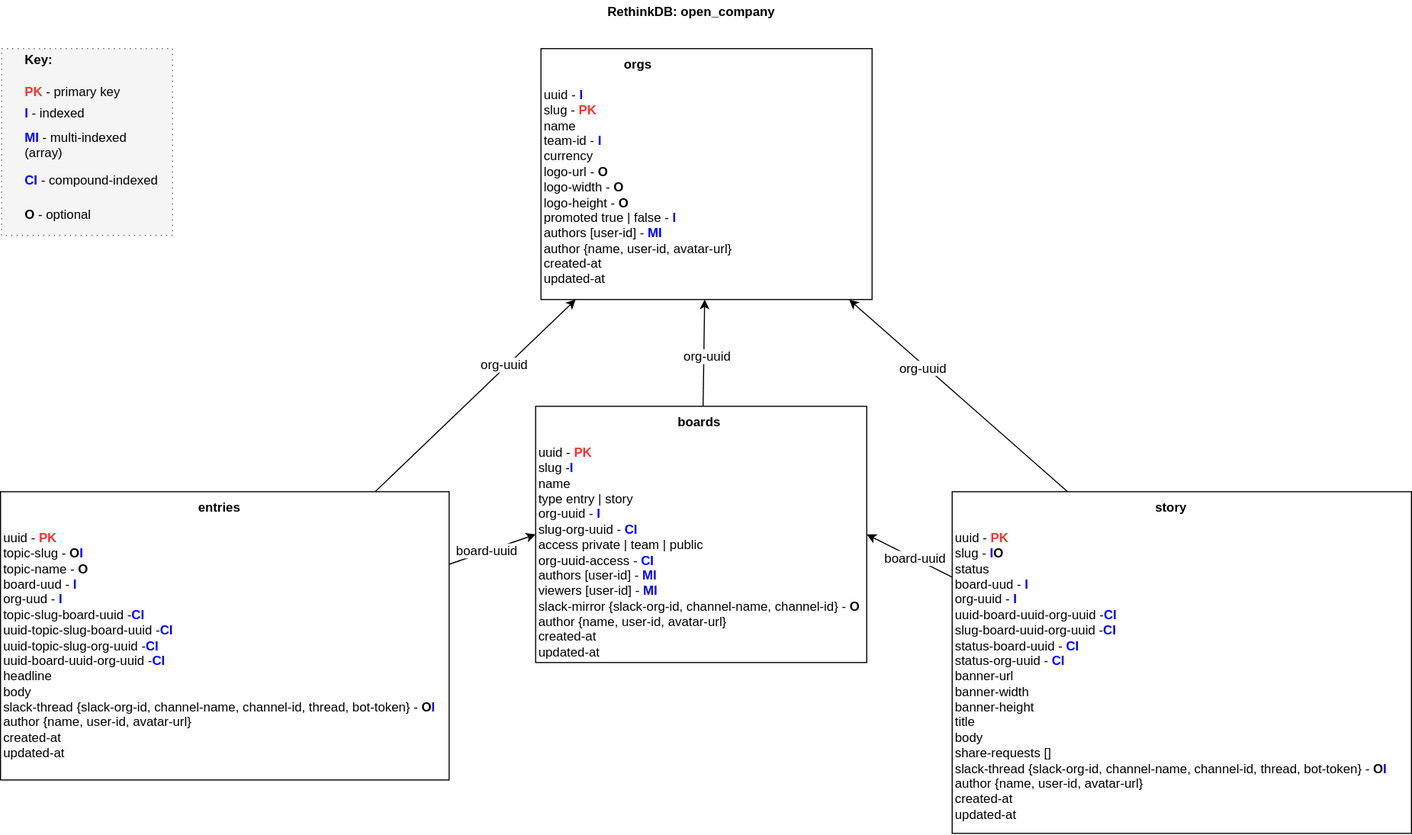
This is docs/Storage-Schema.svg from open-company/open-company-storage, a draw.io export, as it was before one commit. Source tidied: cells renumbered, new cells last; positions are measured from the earlier drawing's top-left corner, leaving out a move shared by most shapes.
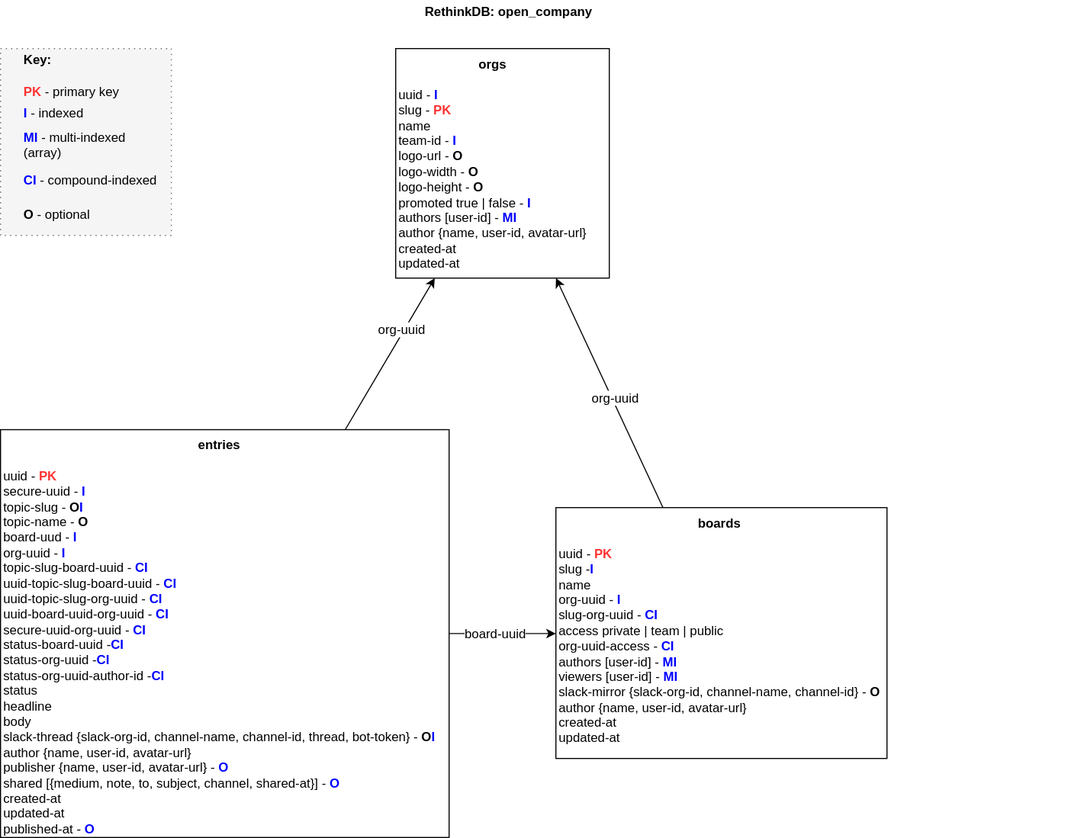
After the change.

Commit message:
Update REST and schema diagram to match latest.

What changed in the source:
```diff
@@ -7,7 +7,7 @@
     </mxCell>
-    <mxCell id="3" value="&lt;div style=&quot;text-align: center&quot;&gt;&lt;font color=&quot;#000000&quot;&gt;&lt;b&gt;orgs&lt;/b&gt;&lt;/font&gt;&lt;/div&gt;&lt;div&gt;&lt;font color=&quot;#000000&quot;&gt;&lt;br&gt;&lt;/font&gt;&lt;/div&gt;&lt;div&gt;uuid - &lt;b&gt;&lt;font color=&quot;#0000ff&quot;&gt;I&lt;/font&gt;&lt;/b&gt;&lt;/div&gt;&lt;div&gt;&lt;font color=&quot;#000000&quot;&gt;slug -&amp;nbsp;&lt;/font&gt;&lt;font color=&quot;#ff3333&quot;&gt;&lt;b&gt;PK&lt;/b&gt;&lt;/font&gt;&lt;/div&gt;&lt;div&gt;&lt;font color=&quot;#000000&quot;&gt;name&lt;/font&gt;&lt;/div&gt;&lt;div&gt;&lt;font color=&quot;#000000&quot;&gt;team-id -&amp;nbsp;&lt;/font&gt;&lt;font color=&quot;#0000ff&quot;&gt;&lt;b&gt;I&lt;/b&gt;&lt;/font&gt;&lt;/div&gt;&lt;div&gt;currency&lt;/div&gt;&lt;div&gt;logo-url - &lt;b&gt;O&lt;/b&gt;&lt;/div&gt;&lt;div&gt;logo-width - &lt;b&gt;O&lt;/b&gt;&lt;/div&gt;&lt;div&gt;logo-height - &lt;b&gt;O&lt;/b&gt;&lt;/div&gt;&lt;div&gt;&lt;div&gt;promoted true | false -&amp;nbsp;&lt;b&gt;&lt;font color=&quot;#0000ff&quot;&gt;I&lt;/font&gt;&lt;/b&gt;&lt;/div&gt;&lt;/div&gt;&lt;div&gt;&lt;span&gt;authors [user-id] - &lt;/span&gt;&lt;b&gt;&lt;font color=&quot;#0000ff&quot;&gt;MI&lt;/font&gt;&lt;/b&gt;&lt;br&gt;&lt;/div&gt;&lt;div&gt;author {name, user-id, avatar-url}&lt;/div&gt;&lt;div&gt;&lt;span&gt;created-at&lt;/span&gt;&lt;br&gt;&lt;/div&gt;&lt;div&gt;&lt;font color=&quot;#000000&quot;&gt;updated-at&lt;/font&gt;&lt;/div&gt;" style="whiteSpace=wrap;html=1;fontSize=12;fontColor=#000000;align=left;verticalAlign=top;" parent="1" vertex="1">
-      <mxGeometry x="506" y="45" width="310" height="235" as="geometry" />
+    <mxCell id="3" value="&lt;div style=&quot;text-align: center&quot;&gt;&lt;font color=&quot;#000000&quot;&gt;&lt;b&gt;orgs&lt;/b&gt;&lt;/font&gt;&lt;/div&gt;&lt;div&gt;&lt;font color=&quot;#000000&quot;&gt;&lt;br&gt;&lt;/font&gt;&lt;/div&gt;&lt;div&gt;uuid - &lt;b&gt;&lt;font color=&quot;#0000ff&quot;&gt;I&lt;/font&gt;&lt;/b&gt;&lt;/div&gt;&lt;div&gt;&lt;font color=&quot;#000000&quot;&gt;slug -&amp;nbsp;&lt;/font&gt;&lt;font color=&quot;#ff3333&quot;&gt;&lt;b&gt;PK&lt;/b&gt;&lt;/font&gt;&lt;/div&gt;&lt;div&gt;&lt;font color=&quot;#000000&quot;&gt;name&lt;/font&gt;&lt;/div&gt;&lt;div&gt;&lt;font color=&quot;#000000&quot;&gt;team-id -&amp;nbsp;&lt;/font&gt;&lt;font color=&quot;#0000ff&quot;&gt;&lt;b&gt;I&lt;/b&gt;&lt;/font&gt;&lt;/div&gt;&lt;div&gt;&lt;span&gt;logo-url - &lt;/span&gt;&lt;b&gt;O&lt;/b&gt;&lt;br&gt;&lt;/div&gt;&lt;div&gt;logo-width - &lt;b&gt;O&lt;/b&gt;&lt;/div&gt;&lt;div&gt;logo-height - &lt;b&gt;O&lt;/b&gt;&lt;/div&gt;&lt;div&gt;&lt;div&gt;promoted true | false -&amp;nbsp;&lt;b&gt;&lt;font color=&quot;#0000ff&quot;&gt;I&lt;/font&gt;&lt;/b&gt;&lt;/div&gt;&lt;/div&gt;&lt;div&gt;&lt;span&gt;authors [user-id] - &lt;/span&gt;&lt;b&gt;&lt;font color=&quot;#0000ff&quot;&gt;MI&lt;/font&gt;&lt;/b&gt;&lt;br&gt;&lt;/div&gt;&lt;div&gt;author {name, user-id, avatar-url}&lt;/div&gt;&lt;div&gt;&lt;span&gt;created-at&lt;/span&gt;&lt;br&gt;&lt;/div&gt;&lt;div&gt;&lt;font color=&quot;#000000&quot;&gt;updated-at&lt;/font&gt;&lt;/div&gt;" style="whiteSpace=wrap;html=1;fontSize=12;fontColor=#000000;align=left;verticalAlign=top;" parent="1" vertex="1">
+      <mxGeometry x="371" y="45" width="200" height="215" as="geometry" />
     </mxCell>
-    <mxCell id="4" value="&lt;div style=&quot;text-align: center&quot;&gt;&lt;div style=&quot;text-align: center&quot;&gt;&lt;div&gt;&lt;font color=&quot;#000000&quot;&gt;&lt;b&gt;boards&lt;/b&gt;&lt;/font&gt;&lt;/div&gt;&lt;div&gt;&lt;font color=&quot;#000000&quot;&gt;&lt;br&gt;&lt;/font&gt;&lt;/div&gt;&lt;div style=&quot;text-align: left&quot;&gt;&lt;font color=&quot;#000000&quot;&gt;uuid -&amp;nbsp;&lt;/font&gt;&lt;font color=&quot;#ff3333&quot;&gt;&lt;b&gt;PK&lt;/b&gt;&lt;/font&gt;&lt;br&gt;&lt;/div&gt;&lt;div style=&quot;text-align: left&quot;&gt;slug -&lt;b&gt;&lt;font color=&quot;#0000ff&quot;&gt;I&lt;/font&gt;&lt;/b&gt;&lt;/div&gt;&lt;div style=&quot;text-align: left&quot;&gt;&lt;font color=&quot;#000000&quot;&gt;name&lt;/font&gt;&lt;/div&gt;&lt;div style=&quot;text-align: left&quot;&gt;&lt;font color=&quot;#000000&quot;&gt;type entry | story&lt;/font&gt;&lt;/div&gt;&lt;div style=&quot;text-align: left&quot;&gt;&lt;font color=&quot;#000000&quot;&gt;org-uuid -&amp;nbsp;&lt;/font&gt;&lt;font color=&quot;#0000ff&quot;&gt;&lt;b&gt;I&lt;/b&gt;&lt;/font&gt;&lt;/div&gt;&lt;div style=&quot;text-align: left&quot;&gt;slug-org-uuid -&lt;b&gt;&amp;nbsp;&lt;font color=&quot;#0000ff&quot;&gt;CI&lt;/font&gt;&lt;/b&gt;&lt;/div&gt;&lt;div style=&quot;text-align: left&quot;&gt;access private | team | public&lt;/div&gt;&lt;div style=&quot;text-align: left&quot;&gt;org-uuid-access -&amp;nbsp;&lt;b&gt;&lt;font color=&quot;#0000ff&quot;&gt;CI&lt;/font&gt;&lt;/b&gt;&lt;/div&gt;&lt;div style=&quot;text-align: left&quot;&gt;&lt;span&gt;authors&amp;nbsp;&lt;/span&gt;&lt;span&gt;[user-id] -&amp;nbsp;&lt;/span&gt;&lt;b&gt;&lt;font color=&quot;#0000ff&quot;&gt;MI&lt;/font&gt;&lt;/b&gt;&lt;br&gt;&lt;/div&gt;&lt;div style=&quot;text-align: left&quot;&gt;viewers [user-id] -&amp;nbsp;&lt;b&gt;&lt;font color=&quot;#0000ff&quot;&gt;MI&lt;/font&gt;&lt;/b&gt;&lt;/div&gt;&lt;div style=&quot;text-align: left&quot;&gt;&lt;div&gt;slack-mirror {slack-org-id, channel-name, channel-id} -&amp;nbsp;&lt;b&gt;O&lt;/b&gt;&lt;/div&gt;&lt;/div&gt;&lt;div style=&quot;text-align: left&quot;&gt;&lt;span&gt;author {name, user-id, avatar-url}&lt;/span&gt;&lt;br&gt;&lt;/div&gt;&lt;div style=&quot;text-align: left&quot;&gt;created-at&lt;br&gt;&lt;/div&gt;&lt;div style=&quot;text-align: left&quot;&gt;&lt;font color=&quot;#000000&quot;&gt;updated-at&lt;/font&gt;&lt;/div&gt;&lt;/div&gt;&lt;/div&gt;" style="whiteSpace=wrap;html=1;fontSize=12;fontColor=#000000;align=left;verticalAlign=top;" parent="1" vertex="1">
-      <mxGeometry x="501" y="380" width="310" height="240" as="geometry" />
+    <mxCell id="4" value="&lt;div style=&quot;text-align: center&quot;&gt;&lt;div style=&quot;text-align: center&quot;&gt;&lt;div&gt;&lt;font color=&quot;#000000&quot;&gt;&lt;b&gt;boards&lt;/b&gt;&lt;/font&gt;&lt;/div&gt;&lt;div&gt;&lt;font color=&quot;#000000&quot;&gt;&lt;br&gt;&lt;/font&gt;&lt;/div&gt;&lt;div style=&quot;text-align: left&quot;&gt;&lt;font color=&quot;#000000&quot;&gt;uuid -&amp;nbsp;&lt;/font&gt;&lt;font color=&quot;#ff3333&quot;&gt;&lt;b&gt;PK&lt;/b&gt;&lt;/font&gt;&lt;br&gt;&lt;/div&gt;&lt;div style=&quot;text-align: left&quot;&gt;slug -&lt;b&gt;&lt;font color=&quot;#0000ff&quot;&gt;I&lt;/font&gt;&lt;/b&gt;&lt;/div&gt;&lt;div style=&quot;text-align: left&quot;&gt;&lt;font color=&quot;#000000&quot;&gt;name&lt;/font&gt;&lt;/div&gt;&lt;div style=&quot;text-align: left&quot;&gt;&lt;font color=&quot;#000000&quot;&gt;org-uuid -&amp;nbsp;&lt;/font&gt;&lt;font color=&quot;#0000ff&quot;&gt;&lt;b&gt;I&lt;/b&gt;&lt;/font&gt;&lt;br&gt;&lt;/div&gt;&lt;div style=&quot;text-align: left&quot;&gt;slug-org-uuid -&lt;b&gt;&amp;nbsp;&lt;font color=&quot;#0000ff&quot;&gt;CI&lt;/font&gt;&lt;/b&gt;&lt;/div&gt;&lt;div style=&quot;text-align: left&quot;&gt;access private | team | public&lt;/div&gt;&lt;div style=&quot;text-align: left&quot;&gt;org-uuid-access -&amp;nbsp;&lt;b&gt;&lt;font color=&quot;#0000ff&quot;&gt;CI&lt;/font&gt;&lt;/b&gt;&lt;/div&gt;&lt;div style=&quot;text-align: left&quot;&gt;&lt;span&gt;authors&amp;nbsp;&lt;/span&gt;&lt;span&gt;[user-id] -&amp;nbsp;&lt;/span&gt;&lt;b&gt;&lt;font color=&quot;#0000ff&quot;&gt;MI&lt;/font&gt;&lt;/b&gt;&lt;br&gt;&lt;/div&gt;&lt;div style=&quot;text-align: left&quot;&gt;viewers [user-id] -&amp;nbsp;&lt;b&gt;&lt;font color=&quot;#0000ff&quot;&gt;MI&lt;/font&gt;&lt;/b&gt;&lt;/div&gt;&lt;div style=&quot;text-align: left&quot;&gt;&lt;div&gt;slack-mirror {slack-org-id, channel-name, channel-id} -&amp;nbsp;&lt;b&gt;O&lt;/b&gt;&lt;/div&gt;&lt;/div&gt;&lt;div style=&quot;text-align: left&quot;&gt;&lt;span&gt;author {name, user-id, avatar-url}&lt;/span&gt;&lt;br&gt;&lt;/div&gt;&lt;div style=&quot;text-align: left&quot;&gt;created-at&lt;br&gt;&lt;/div&gt;&lt;div style=&quot;text-align: left&quot;&gt;&lt;font color=&quot;#000000&quot;&gt;updated-at&lt;/font&gt;&lt;/div&gt;&lt;/div&gt;&lt;/div&gt;" style="whiteSpace=wrap;html=1;fontSize=12;fontColor=#000000;align=left;verticalAlign=top;" parent="1" vertex="1">
+      <mxGeometry x="521" y="475" width="310" height="235" as="geometry" />
     </mxCell>
@@ -19,5 +19,2 @@
     </mxCell>
-    <mxCell id="7" value="&lt;div style=&quot;text-align: center&quot;&gt;&lt;div&gt;&lt;font color=&quot;#000000&quot;&gt;&lt;b&gt;story&lt;/b&gt;&lt;/font&gt;&lt;/div&gt;&lt;div&gt;&lt;font color=&quot;#000000&quot;&gt;&lt;br&gt;&lt;/font&gt;&lt;/div&gt;&lt;div style=&quot;text-align: left&quot;&gt;&lt;font color=&quot;#000000&quot;&gt;uuid -&amp;nbsp;&lt;/font&gt;&lt;font color=&quot;#ff3333&quot;&gt;&lt;b&gt;PK&lt;/b&gt;&lt;/font&gt;&lt;br&gt;&lt;/div&gt;&lt;div style=&quot;text-align: left&quot;&gt;slug -&amp;nbsp;&lt;b&gt;&lt;font color=&quot;#0000ff&quot;&gt;I&lt;/font&gt;O&lt;/b&gt;&lt;/div&gt;&lt;div style=&quot;text-align: left&quot;&gt;&lt;span&gt;status&lt;/span&gt;&lt;/div&gt;&lt;div style=&quot;text-align: left&quot;&gt;&lt;span&gt;board-uud -&amp;nbsp;&lt;/span&gt;&lt;b&gt;&lt;font color=&quot;#0000ff&quot;&gt;I&lt;/font&gt;&lt;/b&gt;&lt;br&gt;&lt;/div&gt;&lt;div style=&quot;text-align: left&quot;&gt;&lt;span&gt;org-uuid&lt;/span&gt;&lt;font color=&quot;#000000&quot;&gt;&amp;nbsp;-&amp;nbsp;&lt;/font&gt;&lt;font color=&quot;#0000ff&quot;&gt;&lt;b&gt;I&lt;/b&gt;&lt;/font&gt;&lt;br&gt;&lt;/div&gt;&lt;div style=&quot;text-align: left&quot;&gt;&lt;span&gt;uuid-board-uuid-org-uuid -&lt;/span&gt;&lt;font color=&quot;#0000ff&quot;&gt;&lt;b&gt;CI&lt;/b&gt;&lt;/font&gt;&lt;br&gt;&lt;/div&gt;&lt;div style=&quot;text-align: left&quot;&gt;slug-board-uuid-org-uuid -&lt;font color=&quot;#0000ff&quot;&gt;&lt;b&gt;CI&lt;/b&gt;&lt;/font&gt;&lt;font color=&quot;#0000ff&quot;&gt;&lt;b&gt;&lt;br&gt;&lt;/b&gt;&lt;/font&gt;&lt;/div&gt;&lt;div style=&quot;text-align: left&quot;&gt;&lt;div&gt;status-board-uuid&amp;nbsp;&lt;span&gt;-&amp;nbsp;&lt;/span&gt;&lt;font color=&quot;#0000ff&quot;&gt;&lt;b&gt;CI&lt;/b&gt;&lt;/font&gt;&lt;/div&gt;&lt;/div&gt;&lt;div style=&quot;text-align: left&quot;&gt;&lt;div&gt;status-org-uuid&amp;nbsp;-&amp;nbsp;&lt;font color=&quot;#0000ff&quot;&gt;&lt;b&gt;CI&lt;/b&gt;&lt;/font&gt;&lt;br&gt;&lt;/div&gt;&lt;div&gt;banner-url&lt;br&gt;&lt;/div&gt;&lt;div&gt;banner-width&lt;/div&gt;&lt;div&gt;banner-height&lt;/div&gt;&lt;/div&gt;&lt;div style=&quot;text-align: left&quot;&gt;&lt;span&gt;title&lt;/span&gt;&lt;br&gt;&lt;/div&gt;&lt;div style=&quot;text-align: left&quot;&gt;body&lt;/div&gt;&lt;div style=&quot;text-align: left&quot;&gt;share-requests []&lt;/div&gt;&lt;div style=&quot;text-align: left&quot;&gt;&lt;div&gt;slack-thread {slack-org-id, channel-name, channel-id, thread, bot-token} - &lt;b&gt;O&lt;font color=&quot;#0000ff&quot;&gt;I&lt;/font&gt;&lt;/b&gt;&lt;/div&gt;&lt;/div&gt;&lt;div style=&quot;text-align: left&quot;&gt;&lt;span&gt;author {name, user-id, avatar-url}&lt;/span&gt;&lt;br&gt;&lt;/div&gt;&lt;div style=&quot;text-align: left&quot;&gt;&lt;span&gt;created-at&lt;/span&gt;&lt;br&gt;&lt;/div&gt;&lt;div style=&quot;text-align: left&quot;&gt;&lt;font color=&quot;#000000&quot;&gt;updated-at&lt;/font&gt;&lt;/div&gt;&lt;/div&gt;" style="whiteSpace=wrap;html=1;fontSize=12;fontColor=#000000;align=left;verticalAlign=top;" parent="1" vertex="1">
-      <mxGeometry x="891" y="460" width="430" height="320" as="geometry" />
-    </mxCell>
     <mxCell id="8" value="&lt;b&gt;Key:&lt;/b&gt;" style="text;html=1;strokeColor=none;fillColor=none;align=left;verticalAlign=middle;whiteSpace=wrap;" parent="1" vertex="1">
@@ -37,10 +34,13 @@
     </mxCell>
-    <mxCell id="13" style="edgeStyle=orthogonalEdgeStyle;rounded=0;html=1;exitX=0.25;exitY=1;entryX=0.25;entryY=1;endArrow=none;endFill=0;jettySize=auto;orthogonalLoop=1;strokeColor=#000000;fontSize=12;fontColor=#000000;" parent="1" edge="1" source="7" target="7">
-      <mxGeometry relative="1" as="geometry" />
+    <mxCell id="13" style="edgeStyle=orthogonalEdgeStyle;rounded=0;html=1;exitX=0.25;exitY=1;entryX=0.25;entryY=1;endArrow=none;endFill=0;jettySize=auto;orthogonalLoop=1;strokeColor=#000000;fontSize=12;fontColor=#000000;" parent="1" edge="1">
+      <mxGeometry relative="1" as="geometry">
+        <mxPoint x="999" y="780" as="sourcePoint" />
+        <mxPoint x="999" y="780" as="targetPoint" />
+      </mxGeometry>
     </mxCell>
     <mxCell id="14" value="&lt;div style=&quot;text-align: left&quot;&gt;&lt;b&gt;RethinkDB: open_company&lt;/b&gt;&lt;/div&gt;" style="text;html=1;strokeColor=none;fillColor=none;align=center;verticalAlign=middle;whiteSpace=wrap;dashed=1;dashPattern=1 4;fontSize=12;fontColor=#000000;" parent="1" vertex="1">
-      <mxGeometry x="521" width="250" height="20" as="geometry" />
+      <mxGeometry x="351" width="250" height="20" as="geometry" />
     </mxCell>
-    <mxCell id="15" value="&lt;div style=&quot;text-align: center&quot;&gt;&lt;font color=&quot;#000000&quot;&gt;&lt;b&gt;entries&lt;/b&gt;&lt;/font&gt;&lt;/div&gt;&lt;div&gt;&lt;br&gt;&lt;/div&gt;&lt;div&gt;&lt;font color=&quot;#000000&quot;&gt;uuid -&amp;nbsp;&lt;/font&gt;&lt;font color=&quot;#ff3333&quot;&gt;&lt;b&gt;PK&lt;/b&gt;&lt;/font&gt;&lt;/div&gt;&lt;div&gt;topic-slug - &lt;b&gt;O&lt;/b&gt;&lt;b&gt;&lt;font color=&quot;#0000ff&quot;&gt;I&lt;/font&gt;&lt;/b&gt;&lt;/div&gt;&lt;div&gt;topic-name - &lt;b&gt;O&lt;font color=&quot;#0000ff&quot;&gt;&lt;br&gt;&lt;/font&gt;&lt;/b&gt;&lt;/div&gt;&lt;div&gt;&lt;font color=&quot;#000000&quot;&gt;board-uud -&amp;nbsp;&lt;/font&gt;&lt;font color=&quot;#0000ff&quot;&gt;&lt;b&gt;I&lt;/b&gt;&lt;/font&gt;&lt;/div&gt;&lt;div&gt;&lt;font color=&quot;#000000&quot;&gt;org-uud -&amp;nbsp;&lt;/font&gt;&lt;font color=&quot;#0000ff&quot;&gt;&lt;b&gt;I&lt;/b&gt;&lt;/font&gt;&lt;br&gt;&lt;/div&gt;&lt;div&gt;topic-slug-board-uuid&amp;nbsp;&lt;font color=&quot;#000000&quot;&gt;-&lt;/font&gt;&lt;font color=&quot;#0000ff&quot;&gt;&lt;b&gt;CI&lt;/b&gt;&lt;/font&gt;&lt;/div&gt;&lt;div&gt;&lt;div&gt;&lt;div&gt;uuid-topic-slug-board-uuid&amp;nbsp;&lt;font color=&quot;#000000&quot;&gt;-&lt;/font&gt;&lt;font color=&quot;#0000ff&quot;&gt;&lt;b&gt;CI&lt;/b&gt;&lt;/font&gt;&lt;/div&gt;&lt;div&gt;uuid-topic-slug-org-uuid&amp;nbsp;&lt;font color=&quot;#000000&quot;&gt;-&lt;/font&gt;&lt;font color=&quot;#0000ff&quot;&gt;&lt;b&gt;CI&lt;/b&gt;&lt;/font&gt;&lt;/div&gt;&lt;/div&gt;&lt;/div&gt;&lt;div&gt;&lt;div&gt;uuid-board-uuid-org-uuid&amp;nbsp;&lt;font color=&quot;#000000&quot;&gt;-&lt;/font&gt;&lt;font color=&quot;#0000ff&quot;&gt;&lt;b&gt;CI&lt;/b&gt;&lt;/font&gt;&lt;/div&gt;&lt;/div&gt;&lt;div&gt;&lt;span&gt;headline&lt;/span&gt;&lt;br&gt;&lt;/div&gt;&lt;div&gt;&lt;span&gt;body&lt;/span&gt;&lt;/div&gt;&lt;div&gt;&lt;div&gt;slack-thread {slack-org-id, channel-name, channel-id, thread, bot-token} -&amp;nbsp;&lt;b&gt;O&lt;font color=&quot;#0000ff&quot;&gt;I&lt;/font&gt;&lt;/b&gt;&lt;/div&gt;&lt;/div&gt;&lt;div&gt;&lt;span&gt;author {name, user-id, avatar-url}&lt;/span&gt;&lt;br&gt;&lt;/div&gt;&lt;div&gt;&lt;span&gt;created-at&lt;/span&gt;&lt;br&gt;&lt;/div&gt;&lt;div&gt;&lt;font color=&quot;#000000&quot;&gt;updated-at&lt;/font&gt;&lt;/div&gt;" style="whiteSpace=wrap;html=1;fontSize=12;fontColor=#000000;align=left;verticalAlign=top;" parent="1" vertex="1">
-      <mxGeometry y="460" width="420" height="270" as="geometry" />
+    <mxCell id="15" value="&lt;div style=&quot;text-align: center&quot;&gt;&lt;font color=&quot;#000000&quot;&gt;&lt;b&gt;entries&lt;/b&gt;&lt;/font&gt;&lt;/div&gt;&lt;div&gt;&lt;br&gt;&lt;/div&gt;&lt;div&gt;&lt;font color=&quot;#000000&quot;&gt;uuid -&amp;nbsp;&lt;/font&gt;&lt;font color=&quot;#ff3333&quot;&gt;&lt;b&gt;PK&lt;/b&gt;&lt;/font&gt;&lt;/div&gt;&lt;div&gt;secure-uuid&amp;nbsp;&lt;font color=&quot;#000000&quot;&gt;-&amp;nbsp;&lt;/font&gt;&lt;font color=&quot;#0000ff&quot;&gt;&lt;b&gt;I&lt;/b&gt;&lt;/font&gt;&lt;/div&gt;&lt;div&gt;topic-slug - &lt;b&gt;O&lt;/b&gt;&lt;b&gt;&lt;font color=&quot;#0000ff&quot;&gt;I&lt;/font&gt;&lt;/b&gt;&lt;/div&gt;&lt;div&gt;topic-name - &lt;b&gt;O&lt;font color=&quot;#0000ff&quot;&gt;&lt;br&gt;&lt;/font&gt;&lt;/b&gt;&lt;/div&gt;&lt;div&gt;&lt;font color=&quot;#000000&quot;&gt;board-uud -&amp;nbsp;&lt;/font&gt;&lt;font color=&quot;#0000ff&quot;&gt;&lt;b&gt;I&lt;/b&gt;&lt;/font&gt;&lt;/div&gt;&lt;div&gt;&lt;font color=&quot;#000000&quot;&gt;org-uuid -&amp;nbsp;&lt;/font&gt;&lt;font color=&quot;#0000ff&quot;&gt;&lt;b&gt;I&lt;/b&gt;&lt;/font&gt;&lt;br&gt;&lt;/div&gt;&lt;div&gt;topic-slug-board-uuid&amp;nbsp;&lt;font color=&quot;#000000&quot;&gt;-&amp;nbsp;&lt;/font&gt;&lt;font color=&quot;#0000ff&quot;&gt;&lt;b&gt;CI&lt;/b&gt;&lt;/font&gt;&lt;/div&gt;&lt;div&gt;&lt;div&gt;&lt;div&gt;uuid-topic-slug-board-uuid&amp;nbsp;&lt;font color=&quot;#000000&quot;&gt;-&amp;nbsp;&lt;/font&gt;&lt;font color=&quot;#0000ff&quot;&gt;&lt;b&gt;CI&lt;/b&gt;&lt;/font&gt;&lt;/div&gt;&lt;div&gt;uuid-topic-slug-org-uuid&amp;nbsp;&lt;font color=&quot;#000000&quot;&gt;-&amp;nbsp;&lt;/font&gt;&lt;font color=&quot;#0000ff&quot;&gt;&lt;b&gt;CI&lt;/b&gt;&lt;/font&gt;&lt;/div&gt;&lt;/div&gt;&lt;/div&gt;&lt;div&gt;&lt;div&gt;uuid-board-uuid-org-uuid&amp;nbsp;&lt;font color=&quot;#000000&quot;&gt;-&amp;nbsp;&lt;/font&gt;&lt;font color=&quot;#0000ff&quot;&gt;&lt;b&gt;CI&lt;/b&gt;&lt;/font&gt;&lt;/div&gt;&lt;/div&gt;&lt;div&gt;&lt;div&gt;secure-uuid-org-uuid&amp;nbsp;&lt;font color=&quot;#000000&quot;&gt;-&amp;nbsp;&lt;/font&gt;&lt;font color=&quot;#0000ff&quot;&gt;&lt;b&gt;CI&lt;/b&gt;&lt;/font&gt;&lt;/div&gt;&lt;/div&gt;&lt;div&gt;&lt;div&gt;status-board-uuid&amp;nbsp;&lt;font color=&quot;#000000&quot;&gt;-&lt;/font&gt;&lt;font color=&quot;#0000ff&quot;&gt;&lt;b&gt;CI&lt;/b&gt;&lt;/font&gt;&lt;/div&gt;&lt;/div&gt;&lt;div&gt;&lt;div&gt;status-org-uuid&amp;nbsp;&lt;font color=&quot;#000000&quot;&gt;-&lt;/font&gt;&lt;font color=&quot;#0000ff&quot;&gt;&lt;b&gt;CI&lt;/b&gt;&lt;/font&gt;&lt;/div&gt;&lt;/div&gt;&lt;div&gt;&lt;div&gt;status-org-uuid-author-id&amp;nbsp;&lt;font color=&quot;#000000&quot;&gt;-&lt;/font&gt;&lt;font color=&quot;#0000ff&quot;&gt;&lt;b&gt;CI&lt;/b&gt;&lt;/font&gt;&lt;/div&gt;&lt;/div&gt;&lt;div&gt;&lt;span&gt;status&lt;/span&gt;&lt;/div&gt;&lt;div&gt;&lt;span&gt;headline&lt;/span&gt;&lt;br&gt;&lt;/div&gt;&lt;div&gt;&lt;span&gt;body&lt;/span&gt;&lt;/div&gt;&lt;div&gt;&lt;div&gt;slack-thread {slack-org-id, channel-name, channel-id, thread, bot-token} -&amp;nbsp;&lt;b&gt;O&lt;font color=&quot;#0000ff&quot;&gt;I&lt;/font&gt;&lt;/b&gt;&lt;/div&gt;&lt;/div&gt;&lt;div&gt;&lt;span&gt;author {name, user-id, avatar-url}&lt;/span&gt;&lt;br&gt;&lt;/div&gt;&lt;div&gt;publisher&amp;nbsp;{name, user-id, avatar-url} - &lt;b&gt;&lt;font color=&quot;#0000ff&quot;&gt;O&lt;/font&gt;&lt;/b&gt;&lt;/div&gt;&lt;div&gt;&lt;span&gt;shared [{medium, note, to, subject, channel, shared-at}]&amp;nbsp;&lt;/span&gt;&lt;span&gt;-&amp;nbsp;&lt;/span&gt;&lt;b&gt;&lt;font color=&quot;#0000ff&quot;&gt;O&lt;/font&gt;&lt;/b&gt;&lt;/div&gt;&lt;div&gt;&lt;span&gt;created-at&lt;/span&gt;&lt;br&gt;&lt;/div&gt;&lt;div&gt;&lt;font color=&quot;#000000&quot;&gt;updated-at&lt;/font&gt;&lt;/div&gt;&lt;div&gt;&lt;font color=&quot;#000000&quot;&gt;published-at&amp;nbsp;&lt;/font&gt;&lt;span&gt;-&amp;nbsp;&lt;/span&gt;&lt;b&gt;&lt;font color=&quot;#0000ff&quot;&gt;O&lt;/font&gt;&lt;/b&gt;&lt;/div&gt;" style="whiteSpace=wrap;html=1;fontSize=12;fontColor=#000000;align=left;verticalAlign=top;" parent="1" vertex="1">
+      <mxGeometry x="1" y="402" width="420" height="382" as="geometry" />
     </mxCell>
@@ -49,8 +49,2 @@
     </mxCell>
-    <mxCell id="17" style="endArrow=classic;html=1;strokeColor=#000000;fontSize=12;fontColor=#000000;exitX=0.25;exitY=0;" parent="1" edge="1" source="7" target="3">
-      <mxGeometry relative="1" as="geometry" />
-    </mxCell>
-    <mxCell id="18" value="org-uuid" style="text;html=1;align=center;verticalAlign=middle;labelBackgroundColor=#ffffff;fontSize=12;fontColor=#000000;" parent="17" vertex="1">
-      <mxGeometry x="0.31" y="2" relative="1" as="geometry" />
-    </mxCell>
     <mxCell id="19" style="endArrow=classic;html=1;strokeColor=#000000;fontSize=12;fontColor=#000000;" parent="1" edge="1" source="15" target="3">
@@ -61,3 +55,3 @@
     </mxCell>
-    <mxCell id="21" style="endArrow=classic;html=1;strokeColor=#000000;fontSize=12;fontColor=#000000;entryX=0;entryY=0.5;exitX=1;exitY=0.25;" parent="1" edge="1" source="15" target="4">
+    <mxCell id="21" style="endArrow=classic;html=1;strokeColor=#000000;fontSize=12;fontColor=#000000;entryX=0;entryY=0.5;exitX=1;exitY=0.5;" parent="1" edge="1" source="15" target="4">
       <mxGeometry relative="1" as="geometry" />
@@ -72,10 +66,2 @@
     </mxCell>
-    <mxCell id="24" style="endArrow=classic;html=1;strokeColor=#000000;fontSize=12;fontColor=#000000;entryX=1;entryY=0.5;exitX=0;exitY=0.25;" parent="1" edge="1" source="7" target="4">
-      <mxGeometry relative="1" as="geometry" />
-    </mxCell>
-    <mxCell id="25" value="board-uuid" style="text;html=1;align=center;verticalAlign=middle;labelBackgroundColor=#ffffff;fontSize=12;fontColor=#000000;" parent="24" vertex="1">
-      <mxGeometry x="-0.14" relative="1" as="geometry">
-        <mxPoint y="-1" as="offset" />
-      </mxGeometry>
-    </mxCell>
   </root>
```
